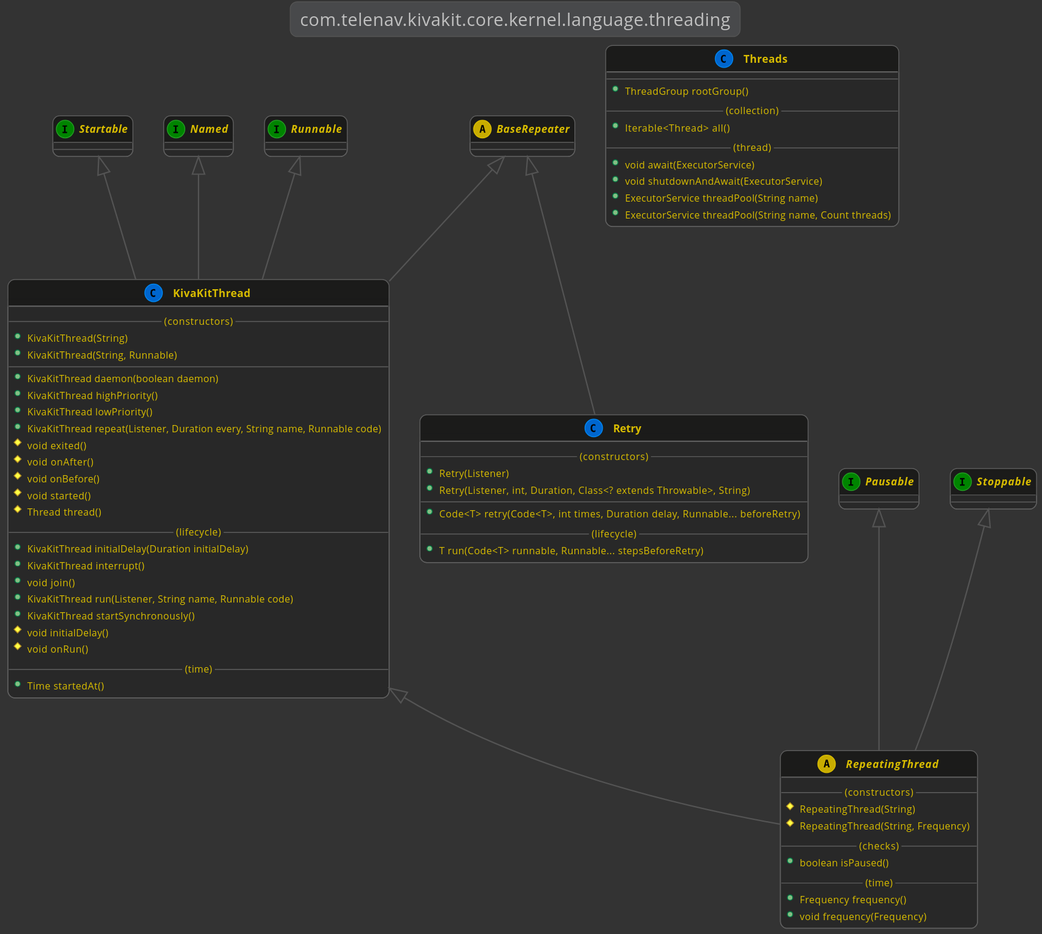
Before: kivakit-core/kernel/documentation/diagrams/com.telenav.kivakit.core.kernel.language.threading.svg, a diagram exported from PlantUML (Telenav/kivakit). The source it was exported from:
```plantuml
@startuml

    !include ../lexakai/lexakai.theme

    title "com.telenav.kivakit.core.kernel.language.threading"

    abstract BaseRepeater

    interface Startable
    interface Named
    interface Runnable
    interface Pausable
    interface Stoppable

    BaseRepeater <|-- KivaKitThread
    Startable <|-- KivaKitThread
    Runnable <|-- KivaKitThread
    Named <|-- KivaKitThread
    class KivaKitThread
    {
        --(constructors)--
        +KivaKitThread(String)
        +KivaKitThread(String, Runnable)
        --
        +KivaKitThread daemon(boolean daemon)
        +KivaKitThread highPriority()
        +KivaKitThread lowPriority()
        +KivaKitThread repeat(Listener, Duration every, String name, Runnable code)
        #void exited()
        #void onAfter()
        #void onBefore()
        #void started()
        #Thread thread()
        --(lifecycle)--
        +KivaKitThread initialDelay(Duration initialDelay)
        +KivaKitThread interrupt()
        +void join()
        +KivaKitThread run(Listener, String name, Runnable code)
        +KivaKitThread startSynchronously()
        #void initialDelay()
        #void onRun()
        --(time)--
        +Time startedAt()
    }

    KivaKitThread <|-- RepeatingThread
    Pausable <|-- RepeatingThread
    Stoppable <|-- RepeatingThread
    abstract class RepeatingThread
    {
        --(constructors)--
        #RepeatingThread(String)
        #RepeatingThread(String, Frequency)
        --(checks)--
        +boolean isPaused()
        --(time)--
        +Frequency frequency()
        +void frequency(Frequency)
    }

    BaseRepeater <|-- Retry
    class Retry
    {
        --(constructors)--
        +Retry(Listener)
        +Retry(Listener, int, Duration, Class<? extends Throwable>, String)
        --
        +Code<T> retry(Code<T>, int times, Duration delay, Runnable... beforeRetry)
        --(lifecycle)--
        +T run(Code<T> runnable, Runnable... stepsBeforeRetry)
    }

    class Threads
    {
        --
        +ThreadGroup rootGroup()
        --(collection)--
        +Iterable<Thread> all()
        --(thread)--
        +void await(ExecutorService)
        +void shutdownAndAwait(ExecutorService)
        +ExecutorService threadPool(String name)
        +ExecutorService threadPool(String name, Count threads)
    }

@enduml
```
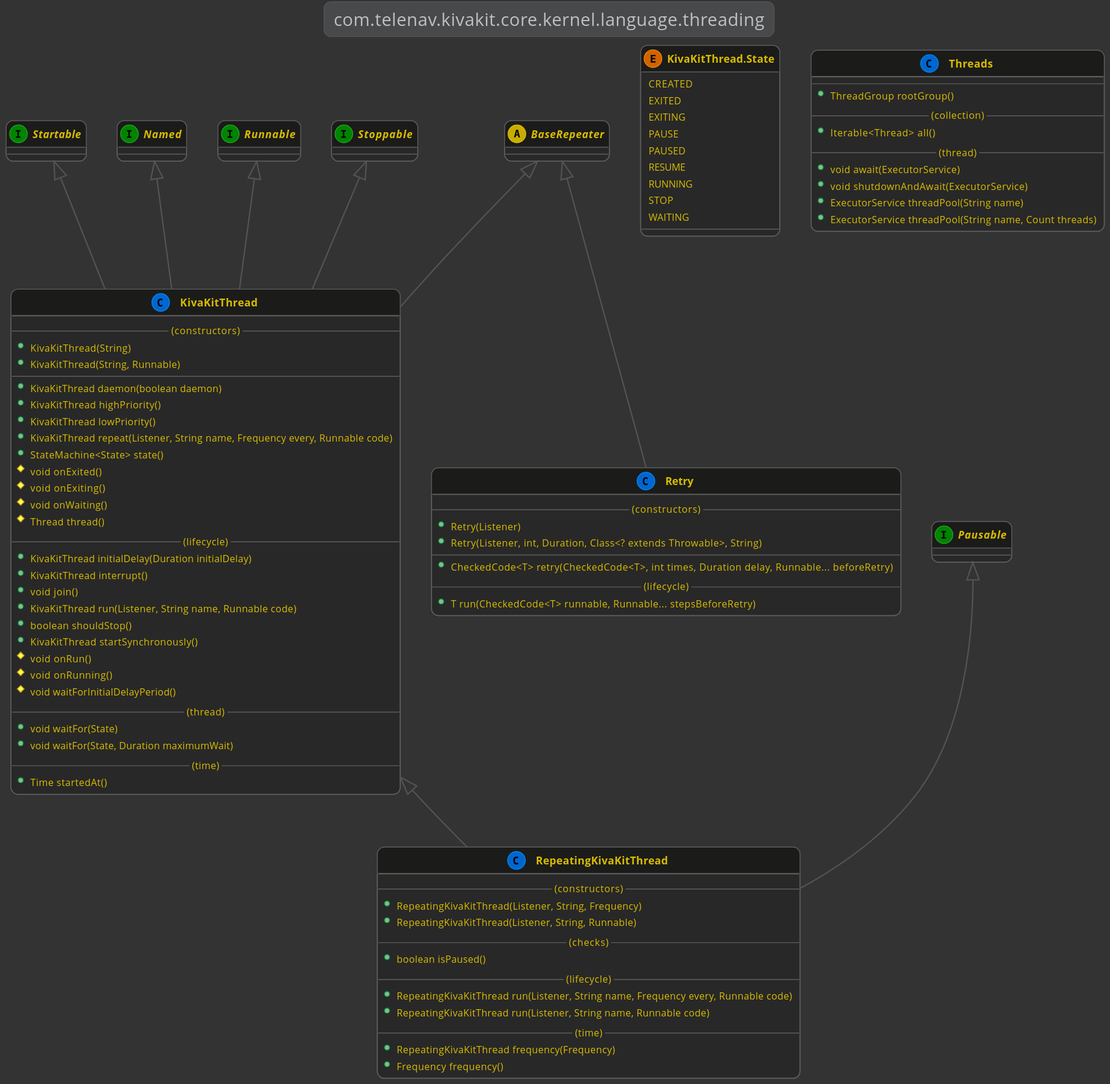
After the change.

Change to the diagram source:
```diff
@@ -9,12 +9,13 @@
     interface Startable
     interface Named
     interface Runnable
+    interface Stoppable
     interface Pausable
-    interface Stoppable
 
     BaseRepeater <|-- KivaKitThread
     Startable <|-- KivaKitThread
     Runnable <|-- KivaKitThread
+    Stoppable <|-- KivaKitThread
     Named <|-- KivaKitThread
     class KivaKitThread
     {
@@ -25,37 +26,44 @@
         +KivaKitThread daemon(boolean daemon)
         +KivaKitThread highPriority()
         +KivaKitThread lowPriority()
-        +KivaKitThread repeat(Listener, Duration every, String name, Runnable code)
-        #void exited()
-        #void onAfter()
-        #void onBefore()
-        #void started()
+        +KivaKitThread repeat(Listener, String name, Frequency every, Runnable code)
+        +StateMachine<State> state()
+        #void onExited()
+        #void onExiting()
+        #void onWaiting()
         #Thread thread()
         --(lifecycle)--
         +KivaKitThread initialDelay(Duration initialDelay)
         +KivaKitThread interrupt()
         +void join()
         +KivaKitThread run(Listener, String name, Runnable code)
+        +boolean shouldStop()
         +KivaKitThread startSynchronously()
-        #void initialDelay()
         #void onRun()
+        #void onRunning()
+        #void waitForInitialDelayPeriod()
+        --(thread)--
+        +void waitFor(State)
+        +void waitFor(State, Duration maximumWait)
         --(time)--
         +Time startedAt()
     }
 
-    KivaKitThread <|-- RepeatingThread
-    Pausable <|-- RepeatingThread
-    Stoppable <|-- RepeatingThread
-    abstract class RepeatingThread
+    KivaKitThread <|-- RepeatingKivaKitThread
+    Pausable <|-- RepeatingKivaKitThread
+    class RepeatingKivaKitThread
     {
         --(constructors)--
-        #RepeatingThread(String)
-        #RepeatingThread(String, Frequency)
+        +RepeatingKivaKitThread(Listener, String, Frequency)
+        +RepeatingKivaKitThread(Listener, String, Runnable)
         --(checks)--
         +boolean isPaused()
+        --(lifecycle)--
+        +RepeatingKivaKitThread run(Listener, String name, Frequency every, Runnable code)
+        +RepeatingKivaKitThread run(Listener, String name, Runnable code)
         --(time)--
+        +RepeatingKivaKitThread frequency(Frequency)
         +Frequency frequency()
-        +void frequency(Frequency)
     }
 
     BaseRepeater <|-- Retry
@@ -65,9 +73,22 @@
         +Retry(Listener)
         +Retry(Listener, int, Duration, Class<? extends Throwable>, String)
         --
-        +Code<T> retry(Code<T>, int times, Duration delay, Runnable... beforeRetry)
+        +CheckedCode<T> retry(CheckedCode<T>, int times, Duration delay, Runnable... beforeRetry)
         --(lifecycle)--
-        +T run(Code<T> runnable, Runnable... stepsBeforeRetry)
+        +T run(CheckedCode<T> runnable, Runnable... stepsBeforeRetry)
+    }
+
+    enum KivaKitThread.State
+    {
+        CREATED
+        EXITED
+        EXITING
+        PAUSE
+        PAUSED
+        RESUME
+        RUNNING
+        STOP
+        WAITING
     }
 
     class Threads
```
